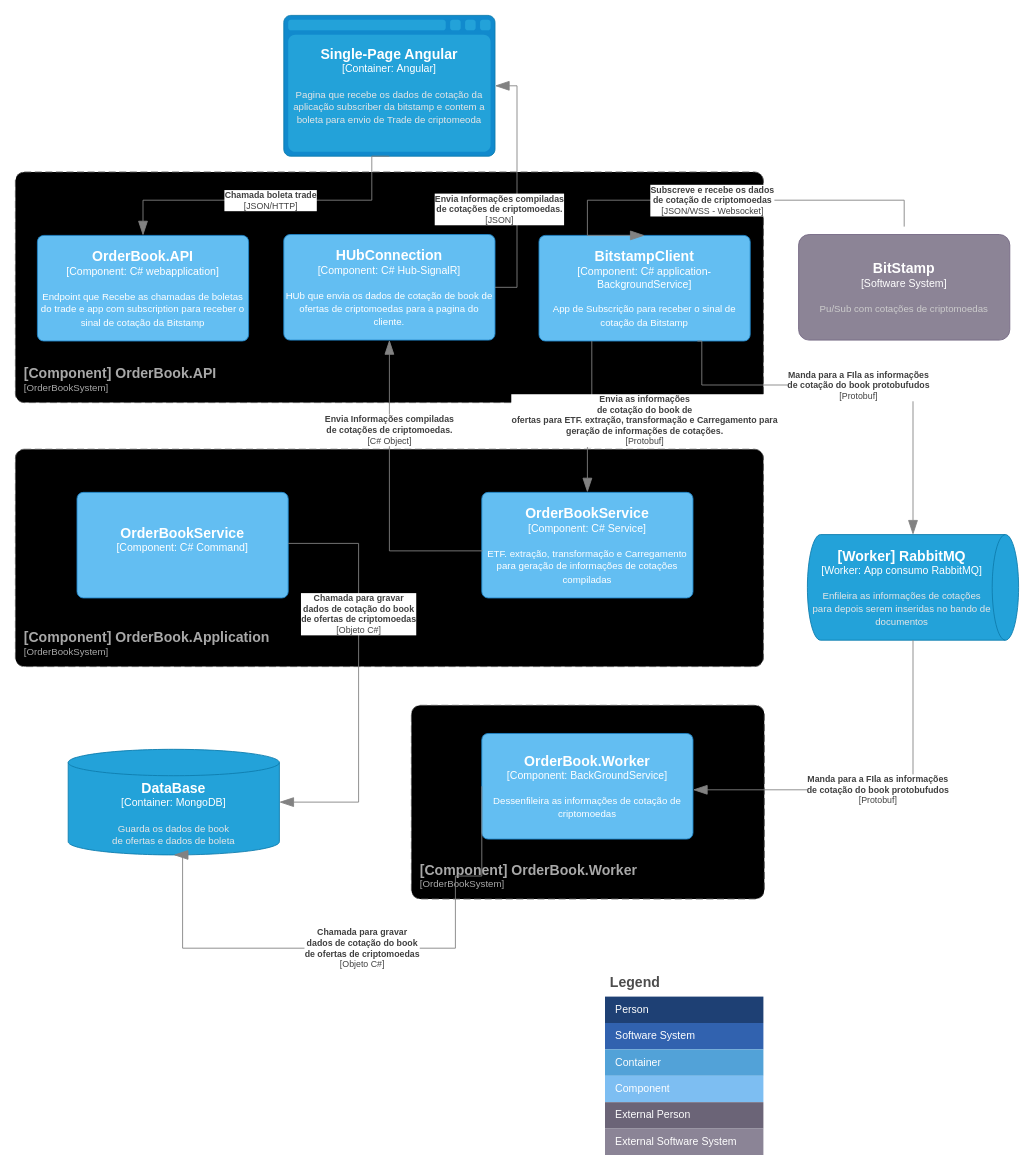
The draw.io diagram docs/OrderBookSystem-Component.drawio in bvarandas/ChallengeDigitas, before the edit. Source tidied: cells renumbered, new cells numbered last; positions are measured from the earlier drawing's top-left corner, leaving out a move shared by most shapes. Both pictures are drawn from the tidied source at 88%, with x=0, y=0 at pixel (15, 15).
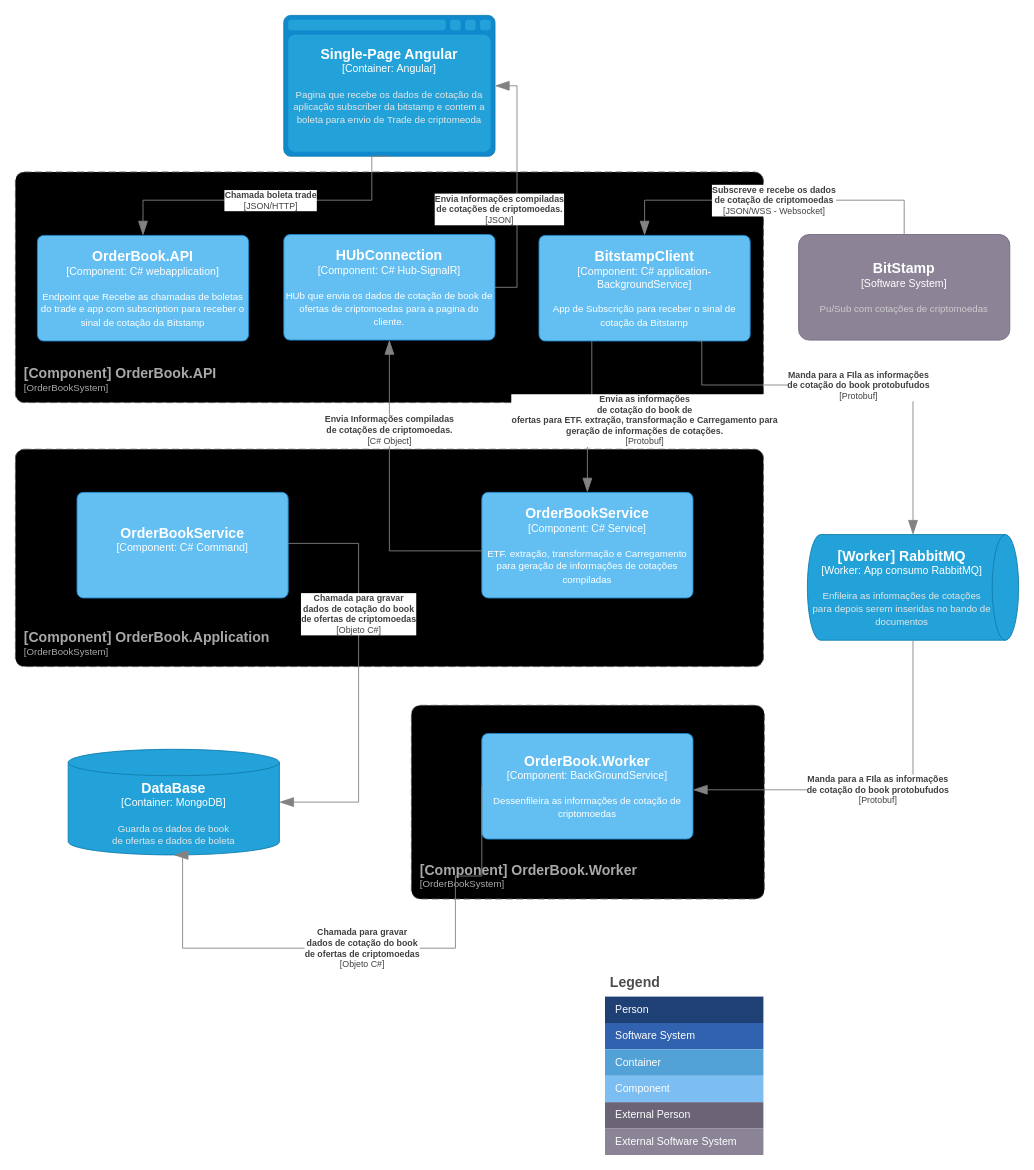
After the change.

Unchanged cells that the change refers to:
```xml
<object id="7" label="&lt;font style=&quot;font-size: 16px&quot;&gt;&lt;b&gt;%c4Name%&lt;/b&gt;&lt;/font&gt;&lt;div&gt;[%c4Type%]&lt;/div&gt;&lt;br&gt;&lt;div&gt;&lt;font style=&quot;font-size: 11px&quot;&gt;&lt;font color=&quot;#cccccc&quot;&gt;%c4Description%&lt;/font&gt;&lt;/div&gt;" c4Description="Pu/Sub com cotações de criptomoedas" c4Name="BitStamp" c4Type="Software System" placeholders="1">
  <mxCell style="rounded=1;whiteSpace=wrap;html=1;labelBackgroundColor=none;fillColor=#8C8496;fontColor=#ffffff;align=center;arcSize=10;strokeColor=#736782;points=[[0.25,0,0],[0.5,0,0],[0.75,0,0],[1,0.25,0],[1,0.5,0],[1,0.75,0],[0.75,1,0],[0.5,1,0],[0.25,1,0],[0,0.75,0],[0,0.5,0],[0,0.25,0]];" parent="1" vertex="1">
    <mxGeometry x="890" y="249" width="240" height="120" as="geometry" />
  </mxCell>
</object>
<object id="23" label="&lt;font style=&quot;font-size: 16px&quot;&gt;&lt;b&gt;%c4Name%&lt;/b&gt;&lt;/font&gt;&lt;div&gt;[%c4Type%: %c4Technology%]&lt;/div&gt;&lt;br&gt;&lt;div&gt;&lt;font style=&quot;font-size: 11px&quot;&gt;%c4Description%&lt;/font&gt;&lt;/div&gt;" c4Description="App de Subscrição para receber o sinal de cotação da Bitstamp" c4Name="BitstampClient" c4Technology="C# application-BackgroundService" c4Type="Component" placeholders="1">
  <mxCell style="rounded=1;whiteSpace=wrap;html=1;labelBackgroundColor=none;fillColor=#63BEF2;fontColor=#ffffff;align=center;arcSize=6;strokeColor=#2086C9;points=[[0.25,0,0],[0.5,0,0],[0.75,0,0],[1,0.25,0],[1,0.5,0],[1,0.75,0],[0.75,1,0],[0.5,1,0],[0.25,1,0],[0,0.75,0],[0,0.5,0],[0,0.25,0]];" parent="1" vertex="1">
    <mxGeometry x="595" y="250" width="240" height="120" as="geometry" />
  </mxCell>
</object>
```

Diff of the diagram source:
```diff
@@
     <object id="24" label="&lt;div style=&quot;text-align: left&quot;&gt;&lt;div style=&quot;text-align: center&quot;&gt;&lt;b&gt;%c4Description%&lt;/b&gt;&lt;/div&gt;&lt;div style=&quot;text-align: center&quot;&gt;[%c4Technology%]&lt;/div&gt;&lt;/div&gt;" c4Description="Subscreve e recebe os dados &#10;de cotação de criptomoedas" c4Technology="JSON/WSS - Websocket" placeholders="1">
-      <mxCell style="endArrow=blockThin;html=1;fontSize=10;fontColor=#404040;strokeWidth=1;endFill=1;strokeColor=#828282;elbow=vertical;endSize=14;startSize=14;jumpStyle=arc;jumpSize=16;rounded=0;edgeStyle=orthogonalEdgeStyle;entryX=0.5;entryY=0;entryDx=0;entryDy=0;entryPerimeter=0;" parent="1" edge="1" target="23">
+      <mxCell style="endArrow=blockThin;html=1;fontSize=10;fontColor=#404040;strokeWidth=1;endFill=1;strokeColor=#828282;elbow=vertical;endSize=14;startSize=14;jumpStyle=arc;jumpSize=16;rounded=0;edgeStyle=orthogonalEdgeStyle;entryX=0.5;entryY=0;entryDx=0;entryDy=0;entryPerimeter=0;exitX=0.5;exitY=0;exitDx=0;exitDy=0;exitPerimeter=0;" parent="1" edge="1" source="7" target="23">
         <mxGeometry relative="1" as="geometry">
-          <mxPoint x="1010" y="240" as="sourcePoint" />
           <Array as="points">
             <mxPoint x="1010" y="210" />
-            <mxPoint x="650" y="210" />
+            <mxPoint x="715" y="210" />
           </Array>
         </mxGeometry>
       </mxCell>
     </object>
```
